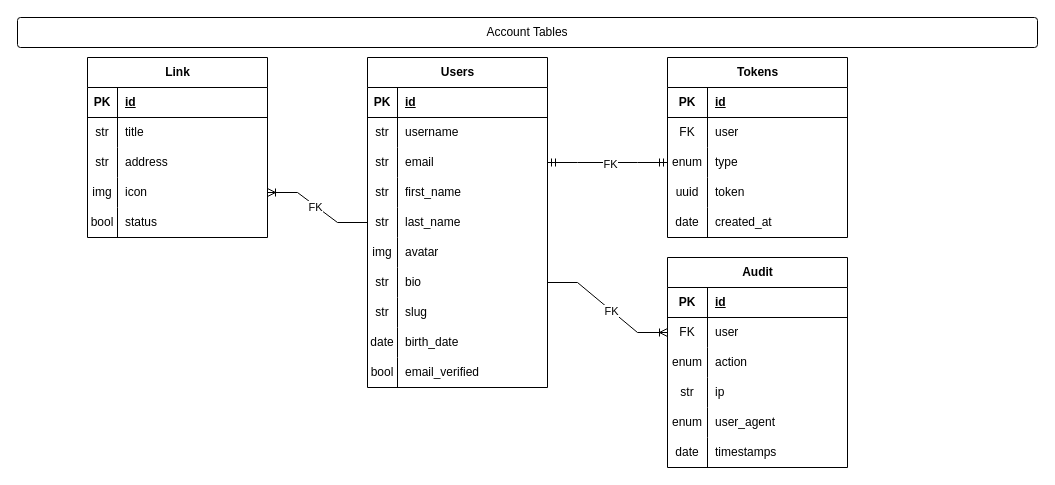
Esmat434/LinkHub keeps this draw.io diagram as Database_Design.drawio. Above is the earlier version. Source tidied: cells renumbered, new cells numbered last; positions are measured from the earlier drawing's top-left corner, leaving out a move shared by most shapes. Both pictures are drawn from the tidied source at 100%, with x=0, y=0 at pixel (17, 17).
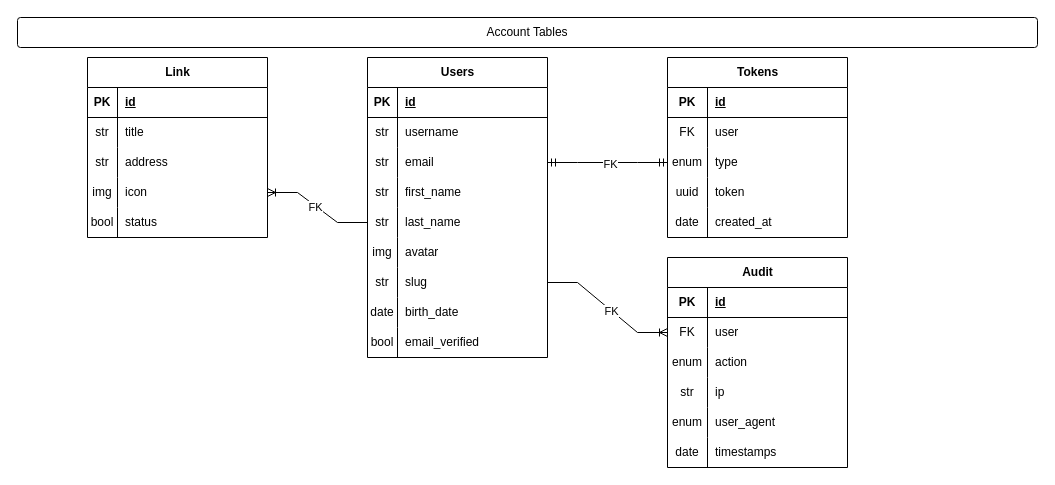
The same page after the edit.

The change refers to these unchanged cells:
```xml
<mxCell id="70" style="shape=tableRow;horizontal=0;startSize=0;swimlaneHead=0;swimlaneBody=0;fillColor=none;points=[[0,0.5],[1,0.5]];portConstraint=eastwest;top=0;left=0;right=0;bottom=0;" parent="66" vertex="1">
  <mxGeometry y="60" width="180" height="30" as="geometry" />
</mxCell>
```

Diff of the diagram source:
```diff
@@
     <mxCell id="2" value="Users" style="shape=table;startSize=30;childLayout=tableLayout;rowLines=0;fontStyle=1;align=center;html=1;" parent="1" vertex="1">
-      <mxGeometry x="350" y="40" width="180" height="330" as="geometry" />
+      <mxGeometry x="350" y="40" width="180" height="300" as="geometry" />
     </mxCell>
@@
-    <mxCell id="21" style="shape=tableRow;horizontal=0;startSize=0;swimlaneHead=0;swimlaneBody=0;fillColor=none;points=[[0,0.5],[1,0.5]];portConstraint=eastwest;top=0;left=0;right=0;bottom=0;" parent="2" vertex="1">
-      <mxGeometry y="210" width="180" height="30" as="geometry" />
-    </mxCell>
-    <mxCell id="22" value="str" style="shape=partialRectangle;fillColor=none;top=0;left=0;bottom=0;right=0;overflow=hidden;whiteSpace=wrap;html=1;" parent="21" vertex="1">
-      <mxGeometry width="30" height="30" as="geometry" />
-    </mxCell>
-    <mxCell id="23" value="bio" style="shape=partialRectangle;fillColor=none;top=0;left=0;bottom=0;right=0;align=left;spacingLeft=6;overflow=hidden;whiteSpace=wrap;html=1;" parent="21" vertex="1">
-      <mxGeometry x="30" width="150" height="30" as="geometry" />
-    </mxCell>
     <mxCell id="24" style="shape=tableRow;horizontal=0;startSize=0;swimlaneHead=0;swimlaneBody=0;fillColor=none;top=0;left=0;right=0;bottom=0;" parent="2" vertex="1">
-      <mxGeometry y="240" width="180" height="30" as="geometry" />
+      <mxGeometry y="210" width="180" height="30" as="geometry" />
     </mxCell>
@@
     <mxCell id="27" style="shape=tableRow;horizontal=0;startSize=0;swimlaneHead=0;swimlaneBody=0;fillColor=none;top=0;left=0;right=0;bottom=0;" parent="2" vertex="1">
-      <mxGeometry y="270" width="180" height="30" as="geometry" />
+      <mxGeometry y="240" width="180" height="30" as="geometry" />
     </mxCell>
@@
     <mxCell id="30" style="shape=tableRow;horizontal=0;startSize=0;swimlaneHead=0;swimlaneBody=0;fillColor=none;top=0;left=0;right=0;bottom=0;" parent="2" vertex="1">
-      <mxGeometry y="300" width="180" height="30" as="geometry" />
+      <mxGeometry y="270" width="180" height="30" as="geometry" />
     </mxCell>
@@
-    <mxCell id="85" style="edgeStyle=entityRelationEdgeStyle;fontSize=12;html=1;endArrow=ERoneToMany;rounded=0;exitX=1;exitY=0.5;exitDx=0;exitDy=0;entryX=0;entryY=0.5;entryDx=0;entryDy=0;" parent="1" edge="1" source="21" target="70">
-      <mxGeometry relative="1" as="geometry" />
+    <mxCell id="85" style="edgeStyle=entityRelationEdgeStyle;fontSize=12;html=1;endArrow=ERoneToMany;rounded=0;exitX=1;exitY=0.5;exitDx=0;exitDy=0;entryX=0;entryY=0.5;entryDx=0;entryDy=0;" parent="1" edge="1" target="70">
+      <mxGeometry relative="1" as="geometry">
+        <mxPoint x="530" y="265" as="sourcePoint" />
+      </mxGeometry>
     </mxCell>
```
